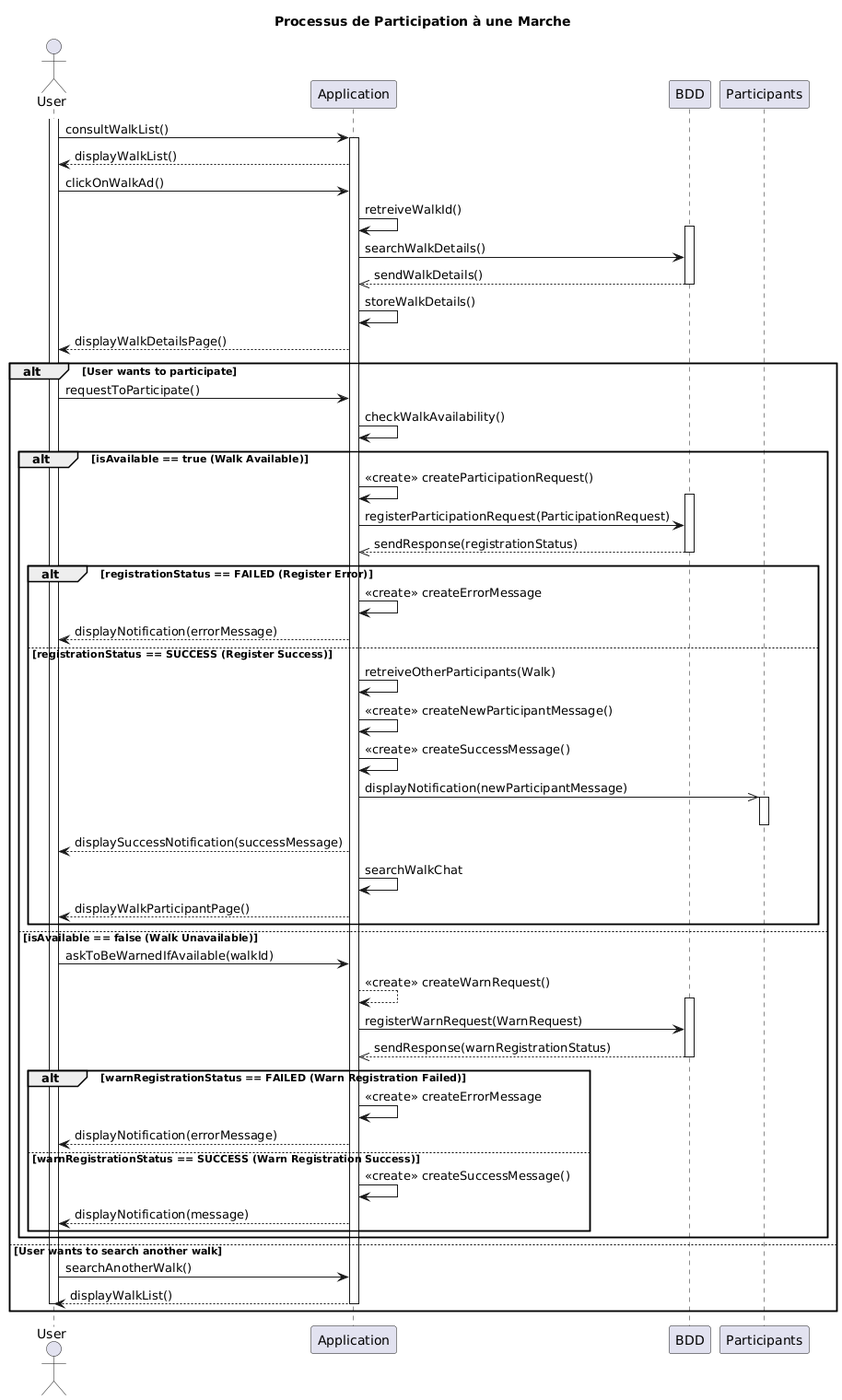
Before: docsCDA/Diagrammes_et_Words/Diagrammes/Sequence/diagram_sequence_ApplyWalk.png, a diagram exported from PlantUML (SarahHerberichs/Woofwalks_CDA).
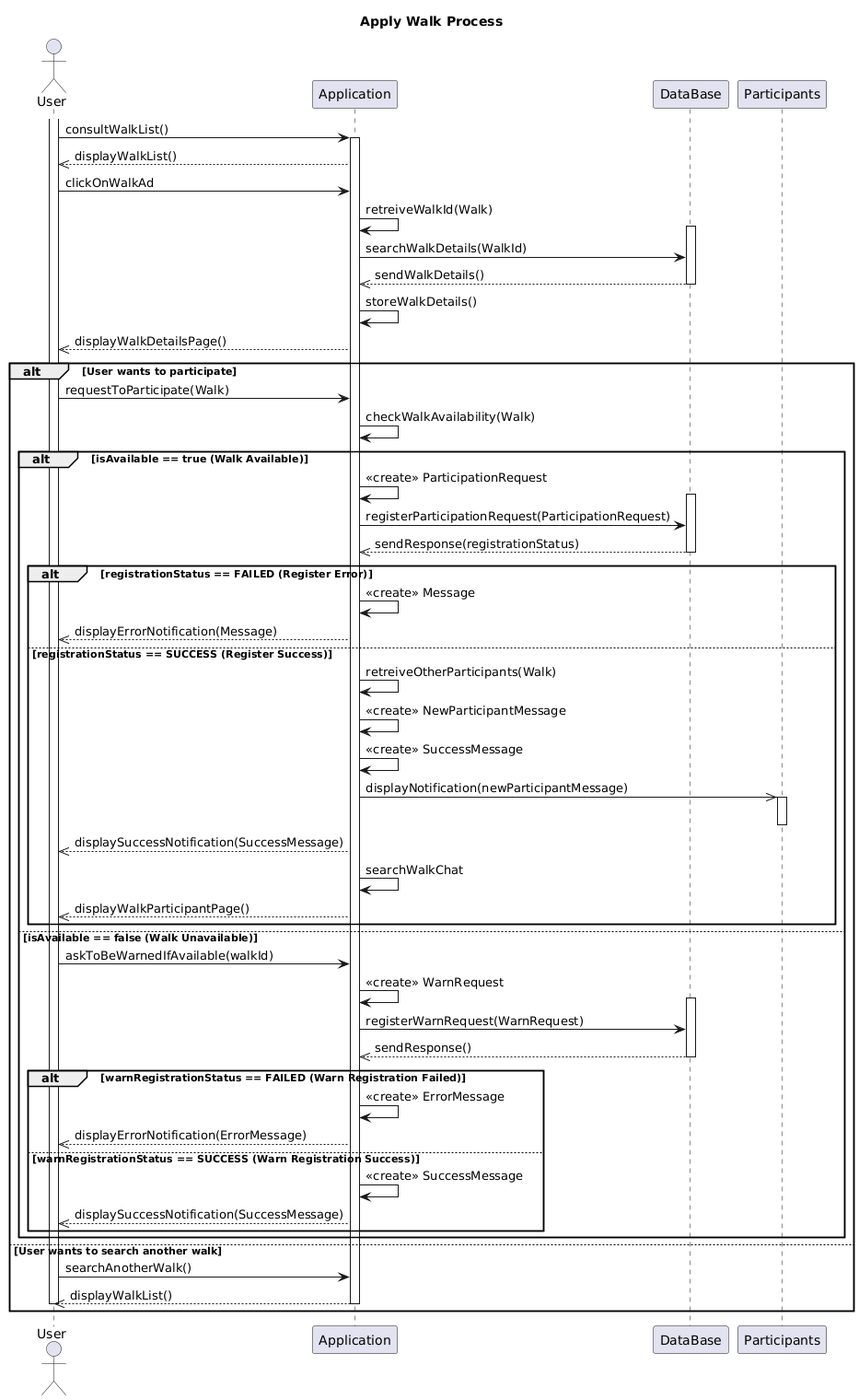
The same diagram one commit later.

Change to the diagram source:
```diff
@@ -1,83 +1,81 @@
 @startuml
-title Processus de Participation à une Marche
+title Apply Walk Process
 
 actor User
 participant Application
-participant BDD
+participant DataBase
 participant Participants
 
 activate User
 User -> Application : consultWalkList()
 activate Application
-Application --> User : displayWalkList()
+Application -->> User : displayWalkList()
 
-User -> Application : clickOnWalkAd()
-Application -> Application : retreiveWalkId()
-activate BDD
-Application -> BDD : searchWalkDetails()
-BDD -->> Application : sendWalkDetails()
-deactivate BDD
+User -> Application : clickOnWalkAd
+Application -> Application : retreiveWalkId(Walk)
+activate DataBase
+Application -> DataBase : searchWalkDetails(WalkId)
+DataBase -->> Application : sendWalkDetails()
+deactivate DataBase
 Application -> Application : storeWalkDetails()
-Application --> User : displayWalkDetailsPage()
+Application -->> User : displayWalkDetailsPage()
 
 alt User wants to participate
 
-    User -> Application : requestToParticipate()
+    User -> Application : requestToParticipate(Walk)
 
-    Application -> Application : checkWalkAvailability()
+    Application -> Application : checkWalkAvailability(Walk)
 
     alt isAvailable == true (Walk Available)
 
-        Application -> Application : <<create>> createParticipationRequest()
+        Application -> Application : <<create>> ParticipationRequest
 
-        activate BDD
-        Application -> BDD : registerParticipationRequest(ParticipationRequest)
-        BDD -->> Application : sendResponse(registrationStatus)
-        deactivate BDD
+        activate DataBase
+        Application -> DataBase : registerParticipationRequest(ParticipationRequest)
+        DataBase -->> Application : sendResponse(registrationStatus)
+        deactivate DataBase
 
         alt registrationStatus == FAILED (Register Error)
-            Application -> Application : <<create>> createErrorMessage
-            Application --> User : displayNotification(errorMessage)
+            Application -> Application : <<create>> Message
+            Application -->> User : displayErrorNotification(Message)
         else registrationStatus == SUCCESS (Register Success)
             Application -> Application : retreiveOtherParticipants(Walk)
 
-            Application -> Application : <<create>> createNewParticipantMessage()
-            Application -> Application : <<create>> createSuccessMessage()
+            Application -> Application : <<create>> NewParticipantMessage
+            Application -> Application : <<create>> SuccessMessage
 
             Application ->> Participants : displayNotification(newParticipantMessage)
             activate Participants
             deactivate Participants
 
-            Application --> User : displaySuccessNotification(successMessage)
+            Application -->> User : displaySuccessNotification(SuccessMessage)
             Application -> Application : searchWalkChat
-            Application --> User : displayWalkParticipantPage()
+            Application -->> User : displayWalkParticipantPage()
         end
 
     else isAvailable == false (Walk Unavailable)
 
         User -> Application : askToBeWarnedIfAvailable(walkId)
-        Application --> Application : <<create>> createWarnRequest()
+        Application -> Application : <<create>> WarnRequest
 
-        activate BDD
-        Application -> BDD : registerWarnRequest(WarnRequest)
-        BDD -->> Application : sendResponse(warnRegistrationStatus)
-        deactivate BDD
+        activate DataBase
+        Application -> DataBase : registerWarnRequest(WarnRequest)
+        DataBase -->> Application : sendResponse()
+        deactivate DataBase
 
         alt warnRegistrationStatus == FAILED (Warn Registration Failed)
-            Application -> Application : <<create>> createErrorMessage
-            Application --> User : displayNotification(errorMessage)
+            Application -> Application : <<create>> ErrorMessage
+            Application -->> User : displayErrorNotification(ErrorMessage)
         else warnRegistrationStatus == SUCCESS (Warn Registration Success)
-            Application -> Application : <<create>> createSuccessMessage()
-
-
-            Application --> User : displayNotification(message)
+            Application -> Application : <<create>> SuccessMessage
+            Application -->> User : displaySuccessNotification(SuccessMessage)
         end
 
     end
 
 else User wants to search another walk
     User -> Application : searchAnotherWalk()
-    Application --> User : displayWalkList()
+    Application -->> User : displayWalkList()
     deactivate Application
     deactivate User
 end
```
